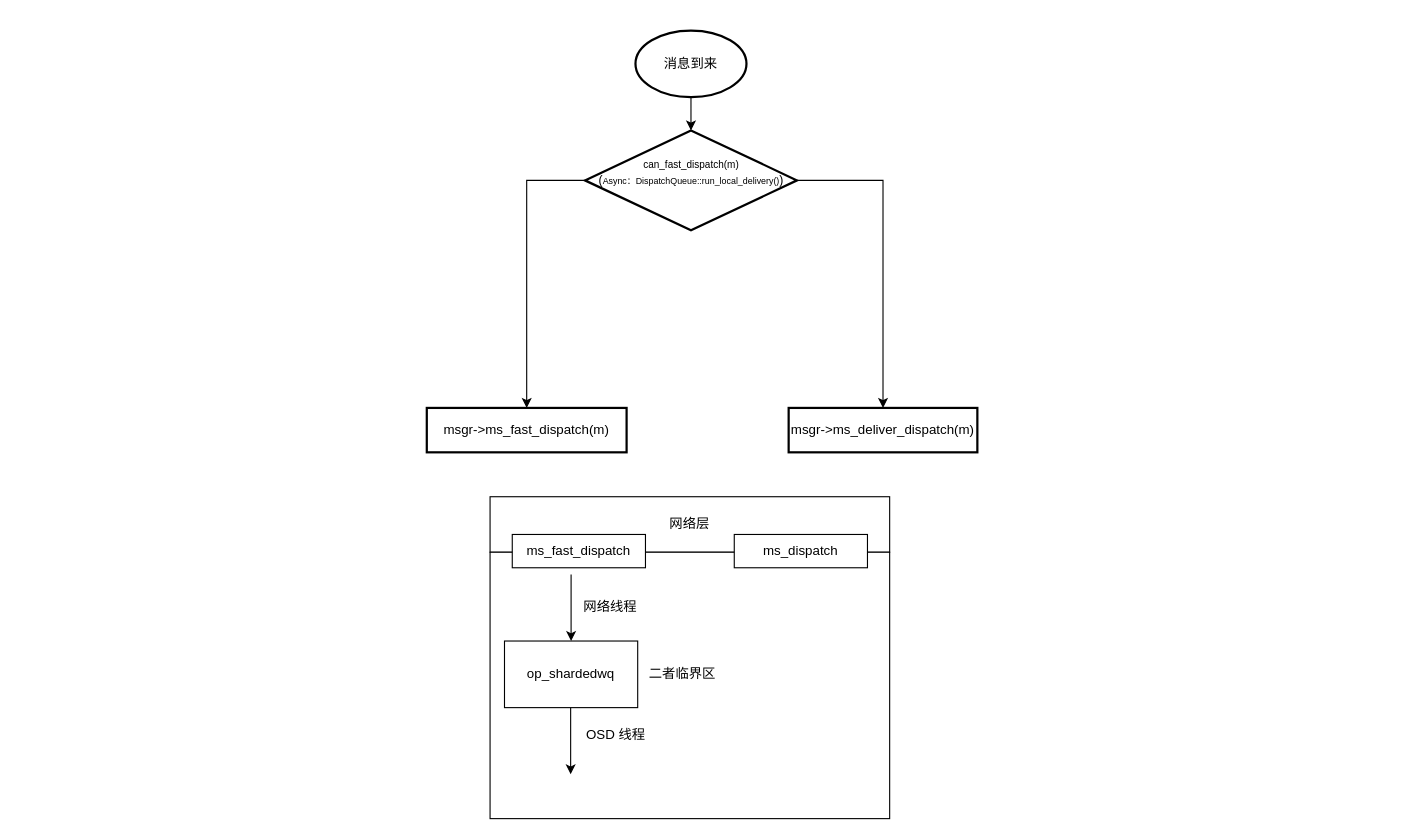
Earlier version of the draw.io diagram OSD.drawio (1253757553/drawIO). Source tidied: cells renumbered, new cells numbered last; positions are measured from the earlier drawing's top-left corner, leaving out a move shared by most shapes. Both pictures are drawn from the tidied source at 111%, with x=0, y=0 at pixel (426, 30).
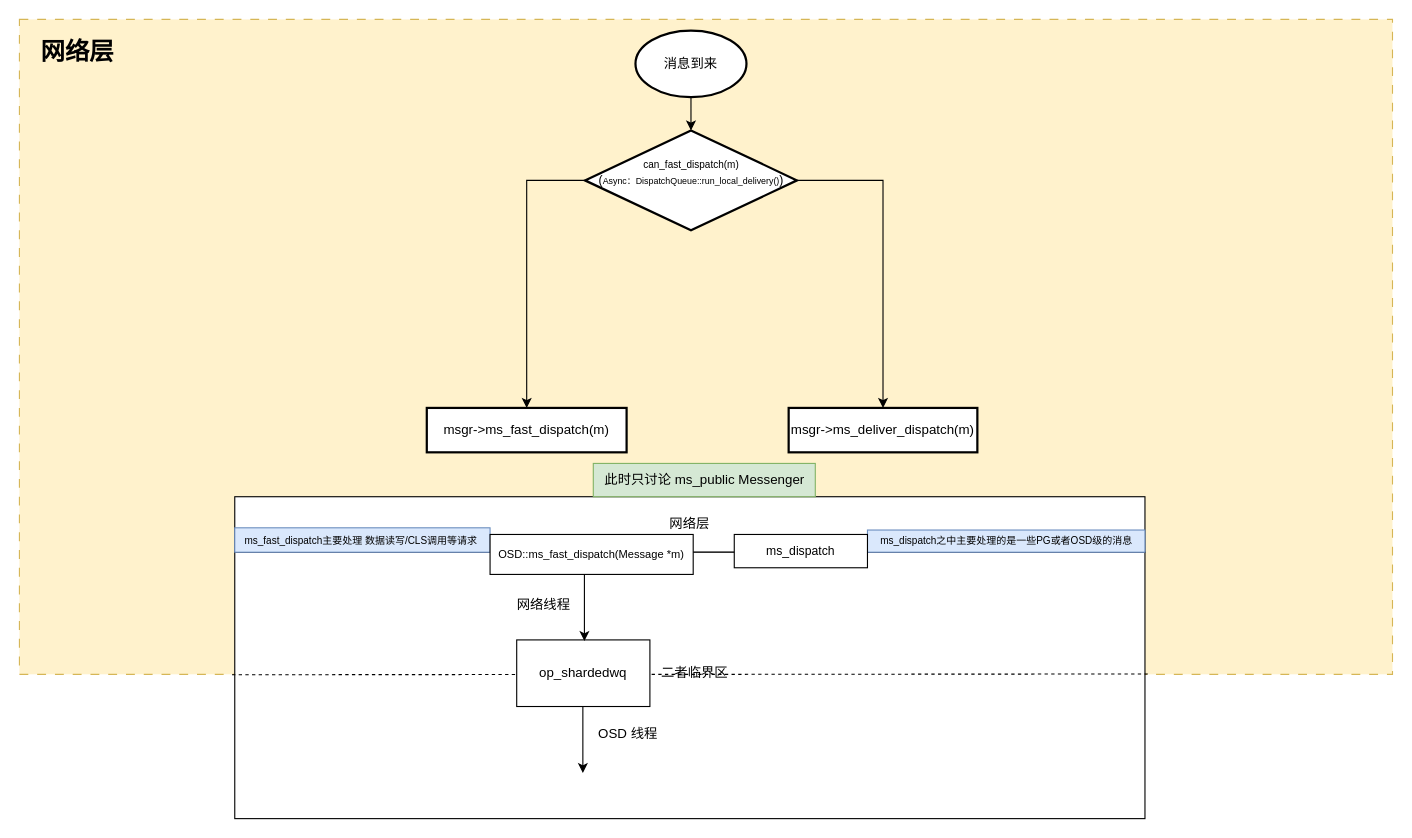
Above is the later version.

What changed in the source:
```diff
@@
+    <mxCell id="19" style="rounded=0;whiteSpace=wrap;html=1;fillOpacity=100;backgroundOutline=0;shadow=0;dashed=1;dashPattern=8 8;fillColor=#fff2cc;strokeColor=#d6b656;" parent="1" vertex="1">
+      <mxGeometry x="-367" y="-10" width="1237" height="590" as="geometry" />
+    </mxCell>
+    <mxCell id="20" style="group;fontSize=9;" parent="1" vertex="1">
+      <mxGeometry x="-170" y="420" width="820" height="290" as="geometry" />
+    </mxCell>
-    <mxCell id="2" value="网络层" style="rounded=0;whiteSpace=wrap;html=1;" parent="1" vertex="1">
-      <mxGeometry x="57" y="420" width="360" height="50" as="geometry" />
+    <mxCell id="2" value="网络层" style="rounded=0;whiteSpace=wrap;html=1;" parent="20" vertex="1">
+      <mxGeometry x="-3" width="820" height="50" as="geometry" />
     </mxCell>
-    <mxCell id="3" style="rounded=0;whiteSpace=wrap;html=1;" parent="1" vertex="1">
-      <mxGeometry x="57" y="470" width="360" height="240" as="geometry" />
+    <mxCell id="3" style="rounded=0;whiteSpace=wrap;html=1;" parent="20" vertex="1">
+      <mxGeometry x="-3" y="50" width="820" height="240" as="geometry" />
     </mxCell>
+    <mxCell id="21" value="ms_dispatch之中主要处理的是一些PG或者OSD级的消息" style="text;html=1;align=center;verticalAlign=middle;strokeColor=#6c8ebf;fillColor=#dae8fc;fontSize=9;" parent="20" vertex="1">
+      <mxGeometry x="567" y="30" width="250" height="20" as="geometry" />
+    </mxCell>
+    <mxCell id="22" value="&lt;span style=&quot;text-wrap: wrap;&quot;&gt;&lt;font style=&quot;font-size: 9px;&quot;&gt;ms_fast_dispatch主要处理 数据读写/CLS调用等请求&lt;/font&gt;&lt;/span&gt;" style="text;html=1;align=center;verticalAlign=middle;strokeColor=#6c8ebf;fillColor=#dae8fc;overflow=width;" parent="20" vertex="1">
+      <mxGeometry x="-3" y="28" width="230" height="22" as="geometry" />
+    </mxCell>
+    <mxCell id="9" value="网络线程" style="text;html=1;align=center;verticalAlign=middle;strokeColor=none;fillColor=none;" parent="20" vertex="1">
+      <mxGeometry x="240" y="83" width="70" height="30" as="geometry" />
+    </mxCell>
+    <mxCell id="23" style="endArrow=none;dashed=1;html=1;rounded=0;exitX=-0.003;exitY=0.46;exitDx=0;exitDy=0;exitPerimeter=0;entryX=1.005;entryY=0.457;entryDx=0;entryDy=0;entryPerimeter=0;" parent="20" edge="1" source="3" target="3">
+      <mxGeometry relative="1" as="geometry" />
+    </mxCell>
-    <mxCell id="4" value="ms_dispatch" style="rounded=0;whiteSpace=wrap;html=1;" parent="1" vertex="1">
+    <mxCell id="4" value="&lt;font style=&quot;font-size: 11px;&quot;&gt;ms_dispatch&lt;/font&gt;" style="rounded=0;whiteSpace=wrap;html=1;" parent="1" vertex="1">
       <mxGeometry x="277" y="454" width="120" height="30" as="geometry" />
     </mxCell>
-    <mxCell id="5" value="ms_fast_dispatch" style="rounded=0;whiteSpace=wrap;html=1;" parent="1" vertex="1">
-      <mxGeometry x="77" y="454" width="120" height="30" as="geometry" />
+    <mxCell id="5" value="OSD::ms_fast_dispatch(Message *m)" style="rounded=0;whiteSpace=wrap;html=1;fontSize=10;" parent="1" vertex="1">
+      <mxGeometry x="57" y="454" width="183" height="36" as="geometry" />
     </mxCell>
     <mxCell id="6" value="op_shardedwq" style="rounded=0;whiteSpace=wrap;html=1;" parent="1" vertex="1">
-      <mxGeometry x="70" y="550" width="120" height="60" as="geometry" />
+      <mxGeometry x="81" y="549" width="120" height="60" as="geometry" />
     </mxCell>
-    <mxCell id="7" style="endArrow=classic;html=1;rounded=0;entryX=0.5;entryY=0;entryDx=0;entryDy=0;" parent="1" edge="1" target="6">
+    <mxCell id="7" style="endArrow=classic;html=1;rounded=0;entryX=0.5;entryY=0;entryDx=0;entryDy=0;" parent="1" edge="1">
       <mxGeometry relative="1" as="geometry">
-        <mxPoint x="130" y="490" as="sourcePoint" />
+        <mxPoint x="142" y="490" as="sourcePoint" />
+        <mxPoint x="142" y="550" as="targetPoint" />
       </mxGeometry>
     </mxCell>
     <mxCell id="8" style="endArrow=classic;html=1;rounded=0;entryX=0.5;entryY=0;entryDx=0;entryDy=0;" parent="1" edge="1">
       <mxGeometry relative="1" as="geometry">
-        <mxPoint x="129.6" y="610" as="sourcePoint" />
-        <mxPoint x="129.6" y="670" as="targetPoint" />
+        <mxPoint x="140.6" y="609" as="sourcePoint" />
+        <mxPoint x="140.6" y="669" as="targetPoint" />
       </mxGeometry>
     </mxCell>
-    <mxCell id="9" value="网络线程" style="text;html=1;align=center;verticalAlign=middle;strokeColor=none;fillColor=none;" parent="1" vertex="1">
-      <mxGeometry x="130" y="504" width="70" height="30" as="geometry" />
-    </mxCell>
     <mxCell id="10" value="OSD 线程" style="text;html=1;align=center;verticalAlign=middle;strokeColor=none;fillColor=none;" parent="1" vertex="1">
-      <mxGeometry x="130" y="620" width="80" height="30" as="geometry" />
+      <mxGeometry x="141" y="619" width="80" height="30" as="geometry" />
     </mxCell>
     <mxCell id="11" value="二者临界区" style="text;html=1;align=center;verticalAlign=middle;strokeColor=none;fillColor=none;" parent="1" vertex="1">
-      <mxGeometry x="190" y="565" width="80" height="30" as="geometry" />
+      <mxGeometry x="201" y="564" width="80" height="30" as="geometry" />
     </mxCell>
@@
+    <mxCell id="24" value="此时只讨论 ms_public Messenger" style="text;html=1;align=center;verticalAlign=middle;strokeColor=#82b366;fillColor=#d5e8d4;" parent="1" vertex="1">
+      <mxGeometry x="150" y="390" width="200" height="30" as="geometry" />
+    </mxCell>
+    <mxCell id="25" value="网络层" style="text;html=1;align=center;verticalAlign=middle;strokeColor=none;fillColor=none;fontSize=22;fontStyle=1;" parent="1" vertex="1">
+      <mxGeometry x="-360" width="90" height="40" as="geometry" />
+    </mxCell>
```
